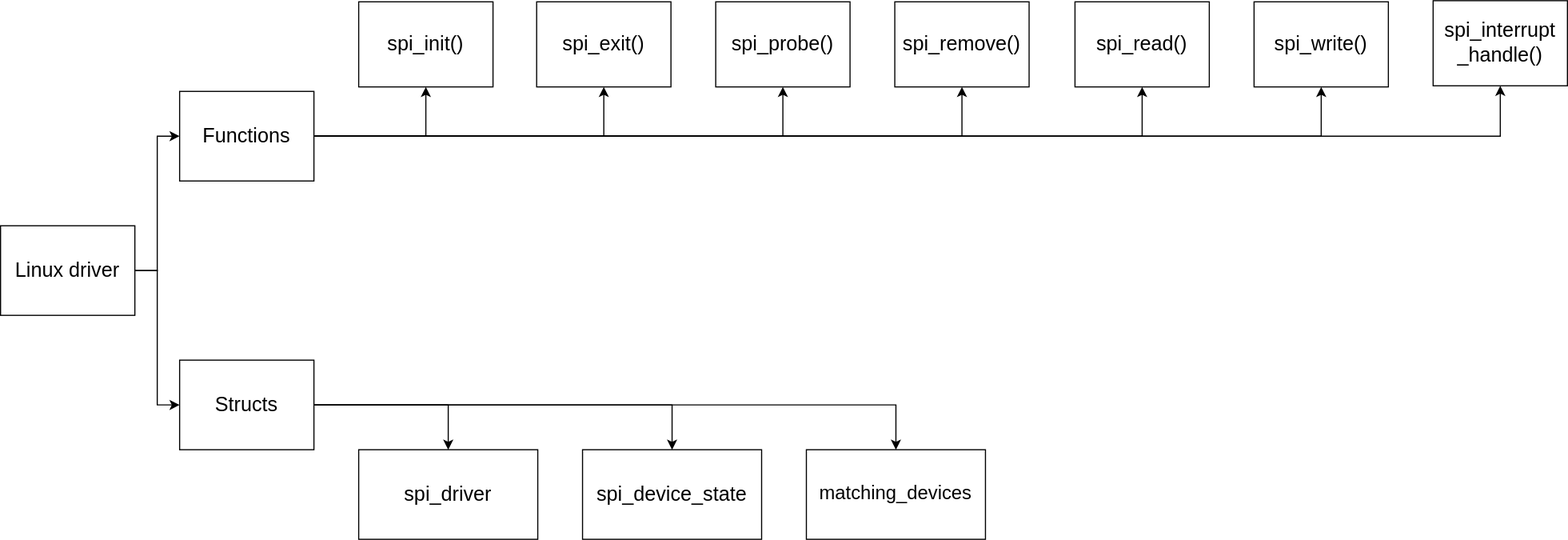
This is docs/spi.drawio.svg from TayyabHmza/spi_driver, a draw.io export, as it was before one commit. Source tidied: cells renumbered, new cells last; positions are measured from the earlier drawing's top-left corner, leaving out a move shared by most shapes.
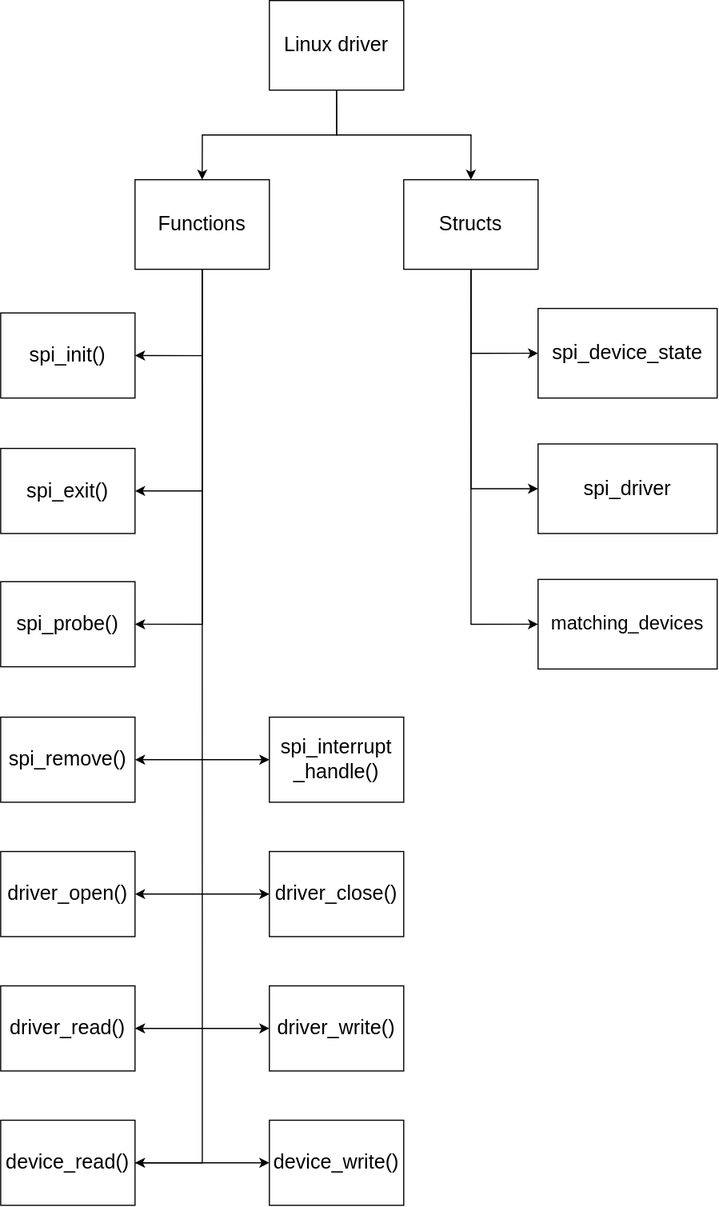
Above is the later version.

The edit, as a diff of the source:
```diff
@@ -3,79 +3,94 @@
     <mxCell id="0" />
     <mxCell id="1" parent="0" />
     <mxCell id="2" value="Linux driver" style="rounded=0;whiteSpace=wrap;html=1;fontSize=18;points=[[0,0,0,0,0],[0,0.25,0,0,0],[0,0.5,0,0,0],[0,0.75,0,0,0],[0,1,0,0,0],[0.13,1,0,0,0],[0.25,1,0,0,0],[0.38,1,0,0,0],[0.5,1,0,0,0],[0.63,1,0,0,0],[0.75,1,0,0,0],[0.88,1,0,0,0],[1,0,0,0,0],[1,0.25,0,0,0],[1,0.5,0,0,0],[1,0.75,0,0,0],[1,1,0,0,0]];" parent="1" vertex="1">
-      <mxGeometry y="201" width="120" height="80" as="geometry" />
+      <mxGeometry x="760" y="-519" width="120" height="80" as="geometry" />
     </mxCell>
     <mxCell id="3" value="&lt;div style=&quot;&quot;&gt;&lt;font style=&quot;font-size: 18px;&quot;&gt;spi_init()&lt;/font&gt;&lt;/div&gt;" style="rounded=0;whiteSpace=wrap;html=1;verticalAlign=middle;fontSize=14;" parent="1" vertex="1">
-      <mxGeometry x="320" y="1" width="120" height="76" as="geometry" />
+      <mxGeometry x="520" y="-240" width="120" height="76" as="geometry" />
     </mxCell>
     <mxCell id="4" value="&lt;div style=&quot;font-size: 18px;&quot;&gt;spi_exit()&lt;/div&gt;" style="rounded=0;whiteSpace=wrap;html=1;verticalAlign=middle;fontSize=18;" parent="1" vertex="1">
-      <mxGeometry x="479" y="1" width="120" height="76" as="geometry" />
+      <mxGeometry x="520" y="-119" width="120" height="76" as="geometry" />
     </mxCell>
     <mxCell id="5" value="&lt;div style=&quot;font-size: 18px;&quot;&gt;spi_probe()&lt;/div&gt;" style="rounded=0;whiteSpace=wrap;html=1;verticalAlign=middle;fontSize=18;" parent="1" vertex="1">
-      <mxGeometry x="639" y="1" width="120" height="76" as="geometry" />
+      <mxGeometry x="520" width="120" height="76" as="geometry" />
     </mxCell>
+    <mxCell id="27" style="edgeStyle=orthogonalEdgeStyle;rounded=0;jettySize=auto;html=1;exitX=1;exitY=0.5;exitDx=0;exitDy=0;entryX=0;entryY=0.5;entryDx=0;entryDy=0;startArrow=classic;startFill=1;" parent="1" edge="1" source="6" target="7">
+      <mxGeometry relative="1" as="geometry" />
+    </mxCell>
     <mxCell id="6" value="&lt;div style=&quot;font-size: 18px;&quot;&gt;spi_remove()&lt;/div&gt;" style="rounded=0;whiteSpace=wrap;html=1;verticalAlign=middle;fontSize=18;" parent="1" vertex="1">
-      <mxGeometry x="799" y="1" width="120" height="76" as="geometry" />
+      <mxGeometry x="520" y="121" width="120" height="76" as="geometry" />
     </mxCell>
     <mxCell id="7" value="&lt;span style=&quot;background-color: initial;&quot;&gt;spi_interrupt&lt;/span&gt;&lt;div&gt;&lt;span style=&quot;background-color: initial;&quot;&gt;_handle()&lt;/span&gt;&lt;/div&gt;" style="rounded=0;whiteSpace=wrap;html=1;verticalAlign=middle;fontSize=18;" parent="1" vertex="1">
-      <mxGeometry x="1280" width="120" height="76" as="geometry" />
+      <mxGeometry x="760" y="121" width="120" height="76" as="geometry" />
     </mxCell>
-    <mxCell id="8" value="&lt;div style=&quot;font-size: 18px;&quot;&gt;spi_write()&lt;/div&gt;" style="rounded=0;whiteSpace=wrap;html=1;verticalAlign=middle;fontSize=18;" parent="1" vertex="1">
-      <mxGeometry x="1120" y="1" width="120" height="76" as="geometry" />
+    <mxCell id="8" value="&lt;div style=&quot;font-size: 18px;&quot;&gt;driver&lt;span style=&quot;background-color: initial;&quot;&gt;_write()&lt;/span&gt;&lt;/div&gt;" style="rounded=0;whiteSpace=wrap;html=1;verticalAlign=middle;fontSize=18;" parent="1" vertex="1">
+      <mxGeometry x="760" y="361" width="120" height="76" as="geometry" />
     </mxCell>
+    <mxCell id="28" style="edgeStyle=orthogonalEdgeStyle;rounded=0;jettySize=auto;html=1;exitX=1;exitY=0.5;exitDx=0;exitDy=0;entryX=0;entryY=0.5;entryDx=0;entryDy=0;startArrow=classic;startFill=1;" parent="1" edge="1" source="9" target="8">
+      <mxGeometry relative="1" as="geometry" />
+    </mxCell>
-    <mxCell id="9" value="&lt;div style=&quot;font-size: 18px;&quot;&gt;spi_read()&lt;/div&gt;" style="rounded=0;whiteSpace=wrap;html=1;verticalAlign=middle;fontSize=18;" parent="1" vertex="1">
-      <mxGeometry x="960" y="1" width="120" height="76" as="geometry" />
+    <mxCell id="9" value="&lt;div style=&quot;font-size: 18px;&quot;&gt;driver_read()&lt;/div&gt;" style="rounded=0;whiteSpace=wrap;html=1;verticalAlign=middle;fontSize=18;" parent="1" vertex="1">
+      <mxGeometry x="520" y="361" width="120" height="76" as="geometry" />
     </mxCell>
     <mxCell id="10" value="&lt;div style=&quot;&quot;&gt;&lt;font style=&quot;font-size: 18px;&quot;&gt;spi_device_state&lt;/font&gt;&lt;/div&gt;" style="rounded=0;whiteSpace=wrap;html=1;verticalAlign=middle;fontSize=15;" parent="1" vertex="1">
-      <mxGeometry x="520" y="401" width="160" height="80" as="geometry" />
+      <mxGeometry x="1000" y="-244" width="160" height="80" as="geometry" />
     </mxCell>
     <mxCell id="11" value="&lt;div style=&quot;font-size: 18px;&quot;&gt;&lt;font style=&quot;font-size: 18px;&quot;&gt;spi_driver&lt;/font&gt;&lt;/div&gt;" style="rounded=0;whiteSpace=wrap;html=1;verticalAlign=middle;fontSize=18;" parent="1" vertex="1">
-      <mxGeometry x="320" y="401" width="160" height="80" as="geometry" />
+      <mxGeometry x="1000" y="-123" width="160" height="80" as="geometry" />
     </mxCell>
     <mxCell id="12" value="&lt;div style=&quot;font-size: 17px;&quot;&gt;matching_devices&lt;/div&gt;" style="rounded=0;whiteSpace=wrap;html=1;verticalAlign=middle;fontSize=17;" parent="1" vertex="1">
-      <mxGeometry x="720" y="401" width="160" height="80" as="geometry" />
+      <mxGeometry x="1000" y="-2" width="160" height="80" as="geometry" />
     </mxCell>
-    <mxCell id="13" style="edgeStyle=orthogonalEdgeStyle;rounded=0;jettySize=auto;html=1;exitX=1;exitY=0.5;exitDx=0;exitDy=0;exitPerimeter=0;entryX=0.5;entryY=1;entryDx=0;entryDy=0;" parent="1" edge="1" source="20" target="9">
-      <mxGeometry relative="1" as="geometry" />
-    </mxCell>
+    <mxCell id="29" style="edgeStyle=orthogonalEdgeStyle;rounded=0;jettySize=auto;html=1;exitX=0.5;exitY=1;exitDx=0;exitDy=0;exitPerimeter=0;entryX=1;entryY=0.5;entryDx=0;entryDy=0;" parent="1" edge="1" source="20" target="32">
+      <mxGeometry relative="1" as="geometry" />
+    </mxCell>
+    <mxCell id="16" style="edgeStyle=orthogonalEdgeStyle;rounded=0;jettySize=auto;html=1;exitX=0.5;exitY=1;exitDx=0;exitDy=0;exitPerimeter=0;entryX=1;entryY=0.5;entryDx=0;entryDy=0;" parent="1" edge="1" source="20" target="5">
+      <mxGeometry relative="1" as="geometry" />
+    </mxCell>
+    <mxCell id="15" style="edgeStyle=orthogonalEdgeStyle;rounded=0;jettySize=auto;html=1;exitX=0.5;exitY=1;exitDx=0;exitDy=0;exitPerimeter=0;entryX=1;entryY=0.5;entryDx=0;entryDy=0;" parent="1" edge="1" source="20" target="4">
+      <mxGeometry relative="1" as="geometry" />
+    </mxCell>
-    <mxCell id="14" style="edgeStyle=orthogonalEdgeStyle;rounded=0;jettySize=auto;html=1;exitX=1;exitY=0.5;exitDx=0;exitDy=0;exitPerimeter=0;entryX=0.5;entryY=1;entryDx=0;entryDy=0;" parent="1" edge="1" source="20" target="3">
+    <mxCell id="14" style="edgeStyle=orthogonalEdgeStyle;rounded=0;jettySize=auto;html=1;exitX=0.5;exitY=1;exitDx=0;exitDy=0;exitPerimeter=0;entryX=1;entryY=0.5;entryDx=0;entryDy=0;" parent="1" edge="1" source="20" target="3">
       <mxGeometry relative="1" as="geometry" />
     </mxCell>
-    <mxCell id="15" style="edgeStyle=orthogonalEdgeStyle;rounded=0;jettySize=auto;html=1;exitX=1;exitY=0.5;exitDx=0;exitDy=0;exitPerimeter=0;entryX=0.5;entryY=1;entryDx=0;entryDy=0;" parent="1" edge="1" source="20" target="4">
-      <mxGeometry relative="1" as="geometry" />
-    </mxCell>
-    <mxCell id="16" style="edgeStyle=orthogonalEdgeStyle;rounded=0;jettySize=auto;html=1;exitX=1;exitY=0.5;exitDx=0;exitDy=0;exitPerimeter=0;entryX=0.5;entryY=1;entryDx=0;entryDy=0;" parent="1" edge="1" source="20" target="5">
-      <mxGeometry relative="1" as="geometry" />
-    </mxCell>
-    <mxCell id="17" style="edgeStyle=orthogonalEdgeStyle;rounded=0;jettySize=auto;html=1;exitX=1;exitY=0.5;exitDx=0;exitDy=0;exitPerimeter=0;entryX=0.5;entryY=1;entryDx=0;entryDy=0;" parent="1" edge="1" source="20" target="6">
-      <mxGeometry relative="1" as="geometry" />
-    </mxCell>
-    <mxCell id="18" style="edgeStyle=orthogonalEdgeStyle;rounded=0;jettySize=auto;html=1;exitX=1;exitY=0.5;exitDx=0;exitDy=0;exitPerimeter=0;entryX=0.5;entryY=1;entryDx=0;entryDy=0;" parent="1" edge="1" source="20" target="8">
-      <mxGeometry relative="1" as="geometry" />
-    </mxCell>
-    <mxCell id="19" style="edgeStyle=orthogonalEdgeStyle;rounded=0;jettySize=auto;html=1;exitX=1;exitY=0.5;exitDx=0;exitDy=0;exitPerimeter=0;entryX=0.5;entryY=1;entryDx=0;entryDy=0;" parent="1" edge="1" source="20" target="7">
-      <mxGeometry relative="1" as="geometry" />
-    </mxCell>
-    <mxCell id="20" value="Functions" style="rounded=0;whiteSpace=wrap;html=1;fontSize=18;points=[[0,0,0,0,0],[0,0.25,0,0,0],[0,0.5,0,0,0],[0,0.75,0,0,0],[0,1,0,0,0],[0.13,1,0,0,0],[0.25,1,0,0,0],[0.38,1,0,0,0],[0.5,1,0,0,0],[0.63,1,0,0,0],[0.75,1,0,0,0],[0.88,1,0,0,0],[1,0,0,0,0],[1,0.25,0,0,0],[1,0.5,0,0,0],[1,0.75,0,0,0],[1,1,0,0,0]];" parent="1" vertex="1">
-      <mxGeometry x="160" y="81" width="120" height="80" as="geometry" />
+    <mxCell id="20" value="Functions" style="rounded=0;whiteSpace=wrap;html=1;fontSize=18;points=[[0,0,0,0,0],[0,0.25,0,0,0],[0,0.5,0,0,0],[0,0.75,0,0,0],[0,1,0,0,0],[0.13,1,0,0,0],[0.25,1,0,0,0],[0.38,1,0,0,0],[0.5,0,0,0,0],[0.5,1,0,0,0],[0.63,1,0,0,0],[0.75,1,0,0,0],[0.88,1,0,0,0],[1,0,0,0,0],[1,0.25,0,0,0],[1,0.5,0,0,0],[1,0.75,0,0,0],[1,1,0,0,0]];" parent="1" vertex="1">
+      <mxGeometry x="640" y="-359" width="120" height="80" as="geometry" />
     </mxCell>
-    <mxCell id="21" style="edgeStyle=orthogonalEdgeStyle;rounded=0;jettySize=auto;html=1;exitX=1;exitY=0.5;exitDx=0;exitDy=0;exitPerimeter=0;entryX=0.5;entryY=0;entryDx=0;entryDy=0;" parent="1" edge="1" source="24" target="12">
+    <mxCell id="21" style="edgeStyle=orthogonalEdgeStyle;rounded=0;jettySize=auto;html=1;exitX=0.5;exitY=1;exitDx=0;exitDy=0;exitPerimeter=0;entryX=0;entryY=0.5;entryDx=0;entryDy=0;" parent="1" edge="1" source="24" target="12">
       <mxGeometry relative="1" as="geometry" />
     </mxCell>
-    <mxCell id="22" style="edgeStyle=orthogonalEdgeStyle;rounded=0;jettySize=auto;html=1;exitX=1;exitY=0.5;exitDx=0;exitDy=0;exitPerimeter=0;entryX=0.5;entryY=0;entryDx=0;entryDy=0;" parent="1" edge="1" source="24" target="11">
+    <mxCell id="22" style="edgeStyle=orthogonalEdgeStyle;rounded=0;jettySize=auto;html=1;exitX=0.5;exitY=1;exitDx=0;exitDy=0;exitPerimeter=0;entryX=0;entryY=0.5;entryDx=0;entryDy=0;" parent="1" edge="1" source="24" target="11">
       <mxGeometry relative="1" as="geometry" />
     </mxCell>
-    <mxCell id="23" style="edgeStyle=orthogonalEdgeStyle;rounded=0;jettySize=auto;html=1;exitX=1;exitY=0.5;exitDx=0;exitDy=0;exitPerimeter=0;entryX=0.5;entryY=0;entryDx=0;entryDy=0;" parent="1" edge="1" source="24" target="10">
+    <mxCell id="23" style="edgeStyle=orthogonalEdgeStyle;rounded=0;jettySize=auto;html=1;exitX=0.5;exitY=1;exitDx=0;exitDy=0;exitPerimeter=0;entryX=0;entryY=0.5;entryDx=0;entryDy=0;" parent="1" edge="1" source="24" target="10">
       <mxGeometry relative="1" as="geometry" />
     </mxCell>
-    <mxCell id="24" value="Structs" style="rounded=0;whiteSpace=wrap;html=1;fontSize=18;points=[[0,0,0,0,0],[0,0.25,0,0,0],[0,0.5,0,0,0],[0,0.75,0,0,0],[0,1,0,0,0],[0.13,1,0,0,0],[0.25,1,0,0,0],[0.38,1,0,0,0],[0.5,1,0,0,0],[0.63,1,0,0,0],[0.75,1,0,0,0],[0.88,1,0,0,0],[1,0,0,0,0],[1,0.25,0,0,0],[1,0.5,0,0,0],[1,0.75,0,0,0],[1,1,0,0,0]];" parent="1" vertex="1">
-      <mxGeometry x="160" y="321" width="120" height="80" as="geometry" />
+    <mxCell id="24" value="Structs" style="rounded=0;whiteSpace=wrap;html=1;fontSize=18;points=[[0,0,0,0,0],[0,0.25,0,0,0],[0,0.5,0,0,0],[0,0.75,0,0,0],[0,1,0,0,0],[0.13,1,0,0,0],[0.25,1,0,0,0],[0.38,1,0,0,0],[0.5,0,0,0,0],[0.5,1,0,0,0],[0.63,1,0,0,0],[0.75,1,0,0,0],[0.88,1,0,0,0],[1,0,0,0,0],[1,0.25,0,0,0],[1,0.5,0,0,0],[1,0.75,0,0,0],[1,1,0,0,0]];" parent="1" vertex="1">
+      <mxGeometry x="880" y="-359" width="120" height="80" as="geometry" />
     </mxCell>
+    <mxCell id="30" value="&lt;div style=&quot;font-size: 18px;&quot;&gt;&lt;span style=&quot;background-color: initial;&quot;&gt;device_write()&lt;/span&gt;&lt;/div&gt;" style="rounded=0;whiteSpace=wrap;html=1;verticalAlign=middle;fontSize=18;" parent="1" vertex="1">
+      <mxGeometry x="760" y="481" width="120" height="76" as="geometry" />
+    </mxCell>
+    <mxCell id="31" style="edgeStyle=orthogonalEdgeStyle;rounded=0;jettySize=auto;html=1;exitX=1;exitY=0.5;exitDx=0;exitDy=0;entryX=0;entryY=0.5;entryDx=0;entryDy=0;" parent="1" edge="1" source="32" target="30">
+      <mxGeometry relative="1" as="geometry" />
+    </mxCell>
+    <mxCell id="32" value="&lt;div style=&quot;font-size: 18px;&quot;&gt;device_read()&lt;/div&gt;" style="rounded=0;whiteSpace=wrap;html=1;verticalAlign=middle;fontSize=18;" parent="1" vertex="1">
+      <mxGeometry x="520" y="481" width="120" height="76" as="geometry" />
+    </mxCell>
+    <mxCell id="26" style="edgeStyle=orthogonalEdgeStyle;rounded=0;jettySize=auto;html=1;exitX=0.5;exitY=1;exitDx=0;exitDy=0;exitPerimeter=0;entryX=0.5;entryY=0;entryDx=0;entryDy=0;entryPerimeter=0;" parent="1" edge="1" source="2" target="20">
+      <mxGeometry relative="1" as="geometry" />
+    </mxCell>
-    <mxCell id="25" style="edgeStyle=orthogonalEdgeStyle;rounded=0;jettySize=auto;html=1;exitX=1;exitY=0.5;exitDx=0;exitDy=0;exitPerimeter=0;entryX=0;entryY=0.5;entryDx=0;entryDy=0;entryPerimeter=0;" parent="1" edge="1" source="2" target="24">
+    <mxCell id="25" style="edgeStyle=orthogonalEdgeStyle;rounded=0;jettySize=auto;html=1;exitX=0.5;exitY=1;exitDx=0;exitDy=0;exitPerimeter=0;entryX=0.5;entryY=0;entryDx=0;entryDy=0;entryPerimeter=0;" parent="1" edge="1" source="2" target="24">
       <mxGeometry relative="1" as="geometry" />
     </mxCell>
-    <mxCell id="26" style="edgeStyle=orthogonalEdgeStyle;rounded=0;jettySize=auto;html=1;exitX=1;exitY=0.5;exitDx=0;exitDy=0;exitPerimeter=0;entryX=0;entryY=0.5;entryDx=0;entryDy=0;entryPerimeter=0;" parent="1" edge="1" source="2" target="20">
-      <mxGeometry relative="1" as="geometry" />
-    </mxCell>
+    <mxCell id="33" style="edgeStyle=orthogonalEdgeStyle;rounded=0;jettySize=auto;html=1;exitX=1;exitY=0.5;exitDx=0;exitDy=0;startArrow=classic;startFill=1;" parent="1" edge="1" source="34" target="35">
+      <mxGeometry relative="1" as="geometry" />
+    </mxCell>
+    <mxCell id="34" value="&lt;div style=&quot;font-size: 18px;&quot;&gt;driver&lt;span style=&quot;background-color: initial;&quot;&gt;_open()&lt;/span&gt;&lt;/div&gt;" style="rounded=0;whiteSpace=wrap;html=1;verticalAlign=middle;fontSize=18;" parent="1" vertex="1">
+      <mxGeometry x="520" y="241" width="120" height="76" as="geometry" />
+    </mxCell>
+    <mxCell id="35" value="&lt;div style=&quot;font-size: 18px;&quot;&gt;&lt;span style=&quot;background-color: initial;&quot;&gt;driver_close()&lt;/span&gt;&lt;/div&gt;" style="rounded=0;whiteSpace=wrap;html=1;verticalAlign=middle;fontSize=18;" parent="1" vertex="1">
+      <mxGeometry x="760" y="241" width="120" height="76" as="geometry" />
+    </mxCell>
   </root>
 </mxGraphModel>
```
